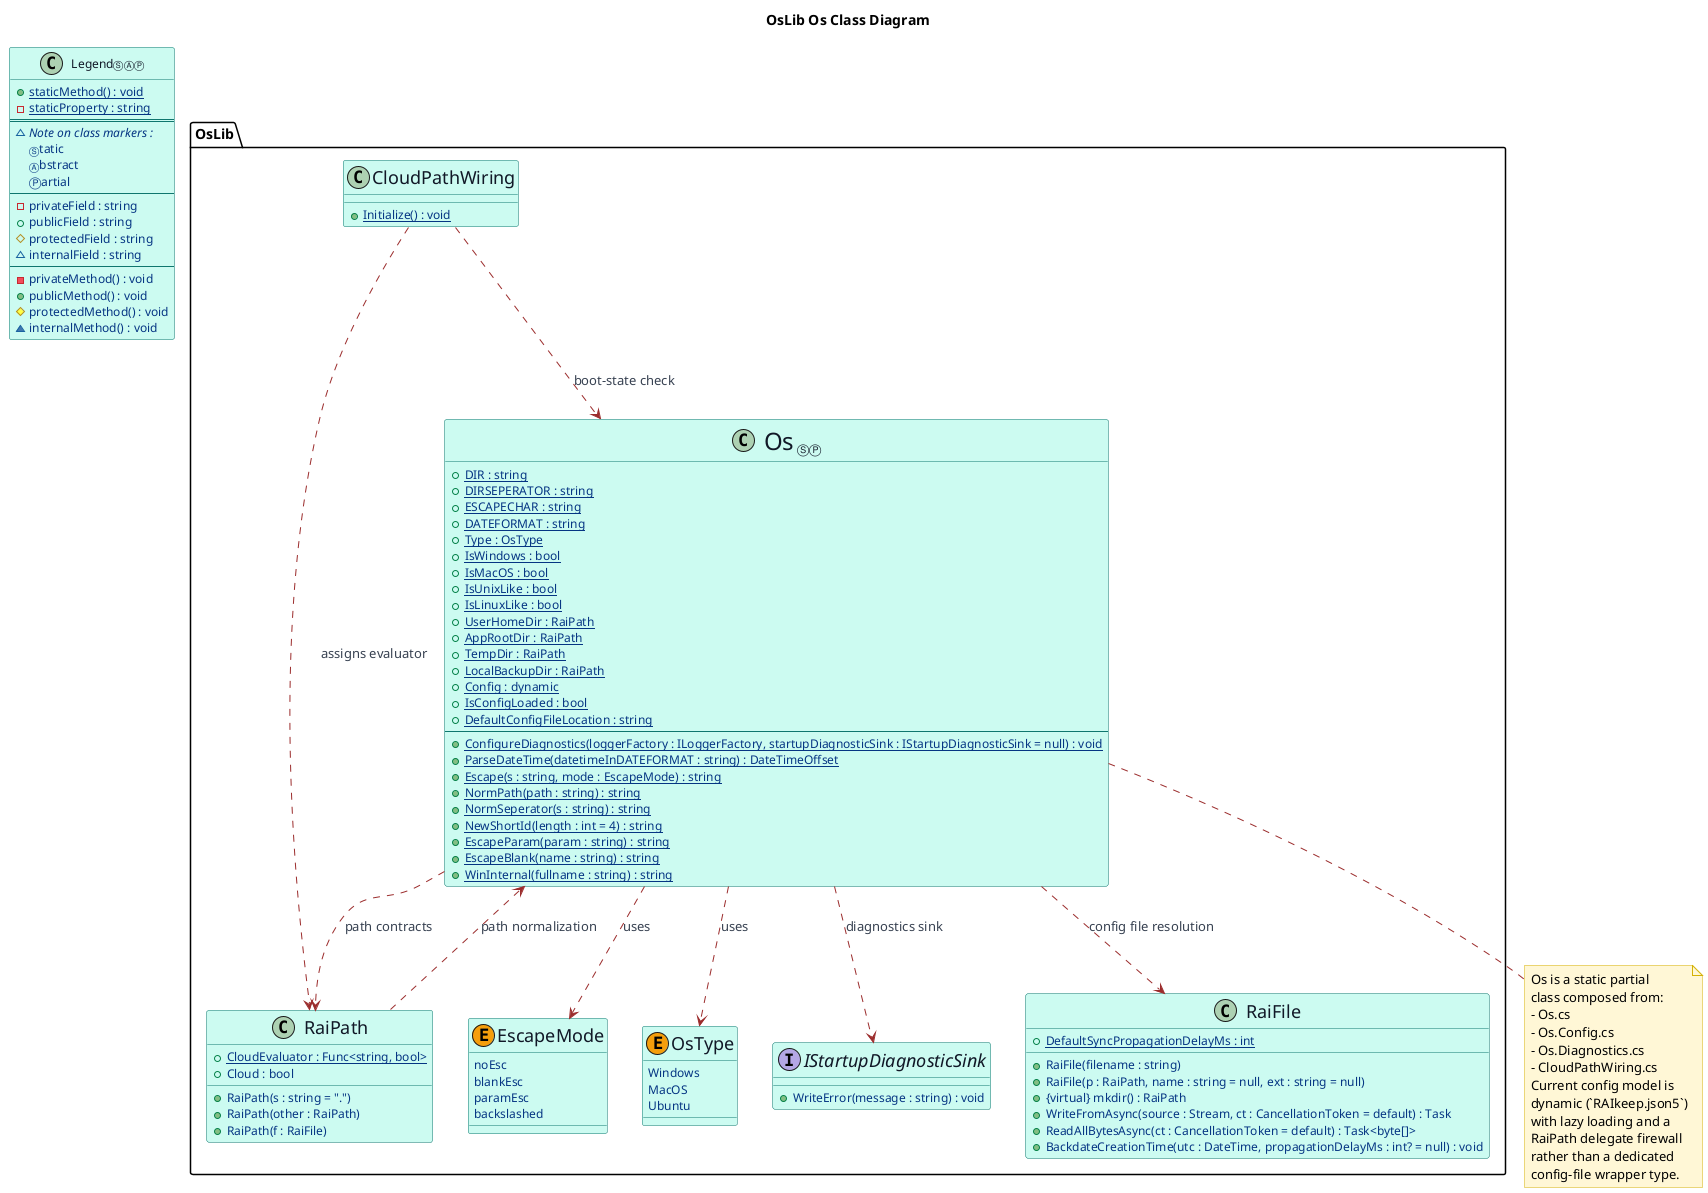
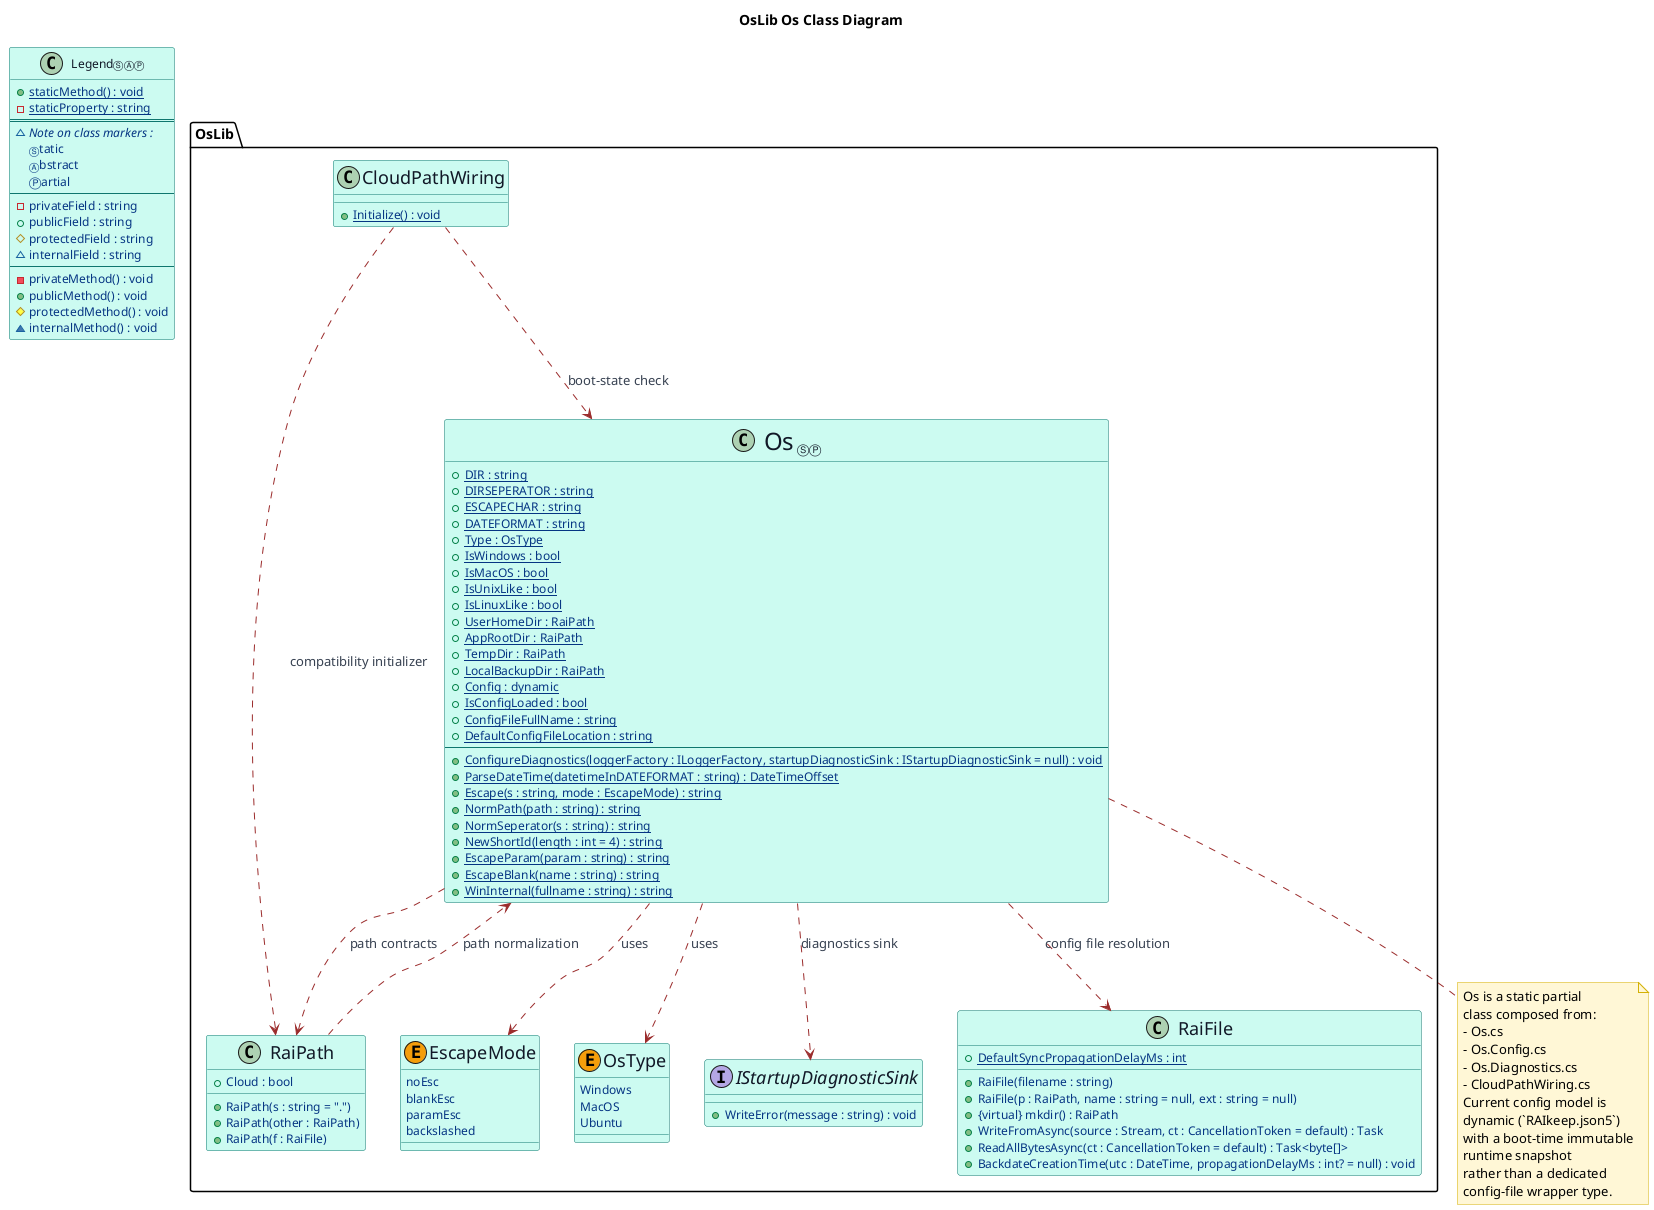
@startuml OsLib-Os-ClassDiagram
' Release: 3.10.1

title OsLib Os Class Diagram

skinparam backgroundColor white
skinparam shadowing false
skinparam DiagramFontName "Casual"
skinparam DiagramFontSize 36
skinparam ClassFontName "Casual"
skinparam ClassFontSize 36
skinparam ClassAttributeIconSize 10
skinparam ClassAttributeFontName Casual
skinparam ClassAttributeFontColor #053583
skinparam ClassAttributeFontWeight normal
skinparam ClassAttributeFontSize 12
skinparam ClassMethodFontName "Casual"
skinparam ClassMethodFontSize 12
skinparam ClassMethodFontWeight 500
skinparam ClassAttributeFontStyle normal
skinparam ClassBorderColor #0f766e
skinparam ClassBackgroundColor #ccfbf1
skinparam ClassFontColor #111827
skinparam EnumBorderColor #b45309
skinparam EnumBackgroundColor #fef3c7
skinparam EnumFontColor #7c2d12
skinparam NoteBackgroundColor #fff7d6
skinparam NoteBorderColor #d4b106
skinparam ArrowColor #9b2c2c
skinparam ArrowFontColor #374151
skinparam ArrowFontName "Casual"

show circle

package "OsLib" {
	enum "<size:18>EscapeMode</size>" as EscapeMode << (E,#f59e0b) >> {
		noEsc
		blankEsc
		paramEsc
		backslashed
	}

	enum "<size:18>OsType</size>" as OsType << (E,#f59e0b) >> {
		Windows
		MacOS
		Ubuntu
	}

	interface "<size:18>IStartupDiagnosticSink</size>" as IStartupDiagnosticSink {
		+WriteError(message : string) : void
	}

	class "<size:18>CloudPathWiring</size>" as CloudPathWiring {
		+{static} Initialize() : void
	}

	class "<size:18>RaiPath</size>" as RaiPath {
- 		+{static} CloudEvaluator : Func<string, bool>
		+Cloud : bool
		+RaiPath(s : string = ".")
		+RaiPath(other : RaiPath)
		+RaiPath(f : RaiFile)
	}

	class "<size:18>RaiFile</size>" as RaiFile {
		+RaiFile(filename : string)
		+RaiFile(p : RaiPath, name : string = null, ext : string = null)
		+{static} DefaultSyncPropagationDelayMs : int
			+{virtual} mkdir() : RaiPath
		+WriteFromAsync(source : Stream, ct : CancellationToken = default) : Task
		+ReadAllBytesAsync(ct : CancellationToken = default) : Task<byte[]>
		+BackdateCreationTime(utc : DateTime, propagationDelayMs : int? = null) : void
	}

	class "<size:24>Os</size> ⓈⓅ" as Os {
		+{static} DIR : string
		+{static} DIRSEPERATOR : string
		+{static} ESCAPECHAR : string
		+{static} DATEFORMAT : string
		+{static} Type : OsType
		+{static} IsWindows : bool
		+{static} IsMacOS : bool
		+{static} IsUnixLike : bool
		+{static} IsLinuxLike : bool
		+{static} UserHomeDir : RaiPath
		+{static} AppRootDir : RaiPath
		+{static} TempDir : RaiPath
		+{static} LocalBackupDir : RaiPath
		+{static} Config : dynamic
		+{static} IsConfigLoaded : bool
+ 		+{static} ConfigFileFullName : string
		+{static} DefaultConfigFileLocation : string
		--
		+{static} ConfigureDiagnostics(loggerFactory : ILoggerFactory, startupDiagnosticSink : IStartupDiagnosticSink = null) : void
		+{static} ParseDateTime(datetimeInDATEFORMAT : string) : DateTimeOffset
		+{static} Escape(s : string, mode : EscapeMode) : string
		+{static} NormPath(path : string) : string
		+{static} NormSeperator(s : string) : string
		+{static} NewShortId(length : int = 4) : string
		+{static} EscapeParam(param : string) : string
		+{static} EscapeBlank(name : string) : string
		+{static} WinInternal(fullname : string) : string
	}
}

Os ..> OsType : uses
Os ..> EscapeMode : uses
Os ..> RaiPath : path contracts
Os ..> RaiFile : config file resolution
Os ..> IStartupDiagnosticSink : diagnostics sink
CloudPathWiring ..> Os : boot-state check
- CloudPathWiring ..> RaiPath : assigns evaluator
+ CloudPathWiring ..> RaiPath : compatibility initializer
RaiPath ..> Os : path normalization

class "Legend<size:10>ⓈⒶⓅ</size>" as LegendSample {
	+{static} staticMethod() : void
	-{static} staticProperty : string
	==
	~<i>Note on class markers :</i>
	<size:10>Ⓢ</size>tatic
	<size:10>Ⓐ</size>bstract
	Ⓟartial
	--
	- privateField : string
	+ publicField : string
	# protectedField : string
	~ internalField : string
	--
	- privateMethod() : void
	+ publicMethod() : void
	# protectedMethod() : void
	~ internalMethod() : void
}

note bottom of Os
	Os is a static partial
	class composed from:
	- Os.cs
	- Os.Config.cs
	- Os.Diagnostics.cs
	- CloudPathWiring.cs
	Current config model is
	dynamic (`RAIkeep.json5`)
- 	with lazy loading and a
- 	RaiPath delegate firewall
+ 	with a boot-time immutable
+ 	runtime snapshot
	rather than a dedicated
	config-file wrapper type.
end note

@enduml
